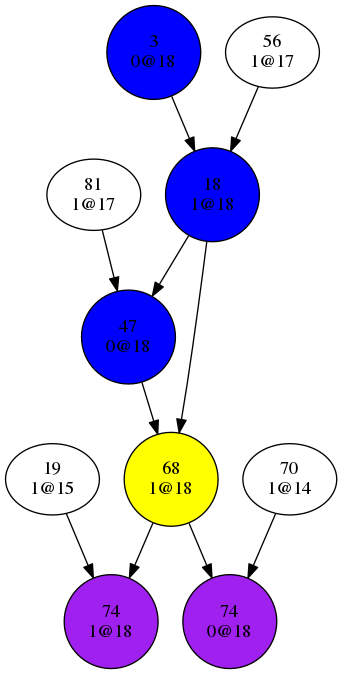
This is dev/bin/conflictGraph2.png from Oxmose/SATSolver, a Graphviz export, as it was before one commit. Its source is kept beside it as dev/bin/conflictGraph2.dot. Its diagram source:
```dot
digraph {
"3
0@18"->"18
1@18";
"18
1@18"->"47
0@18";
"18
1@18"->"68
1@18";
"19
1@15"->"74
1@18";
"47
0@18"->"68
1@18";
"56
1@17"->"18
1@18";
"68
1@18"->"74
0@18";
"68
1@18"->"74
1@18";
"70
1@14"->"74
0@18";
"74
0@18";
"74
1@18";
"81
1@17"->"47
0@18";
"3
0@18"[shape=circle, style=filled, fillcolor=blue];
"18
1@18"[shape=circle, style=filled, fillcolor=blue];
"47
0@18"[shape=circle, style=filled, fillcolor=blue];
"68
1@18"[shape=circle, style=filled, fillcolor=yellow];
"74
0@18"[shape=circle, style=filled, fillcolor=purple];
"74
1@18"[shape=circle, style=filled, fillcolor=purple];
}
```
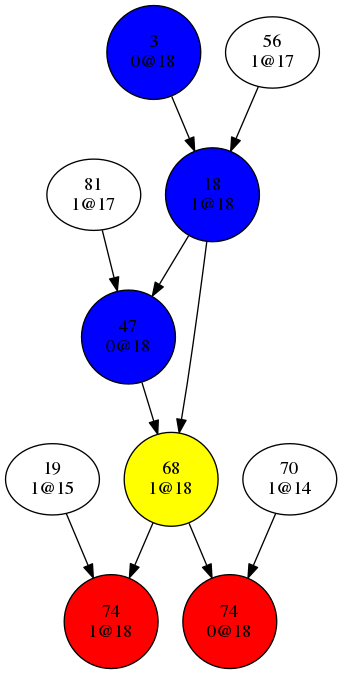
Later version of the same file.

Change to the diagram source:
```diff
@@ -42,7 +42,7 @@
 "68
 1@18"[shape=circle, style=filled, fillcolor=yellow];
 "74
-0@18"[shape=circle, style=filled, fillcolor=purple];
+0@18"[shape=circle, style=filled, fillcolor=red];
 "74
-1@18"[shape=circle, style=filled, fillcolor=purple];
+1@18"[shape=circle, style=filled, fillcolor=red];
 }
```
